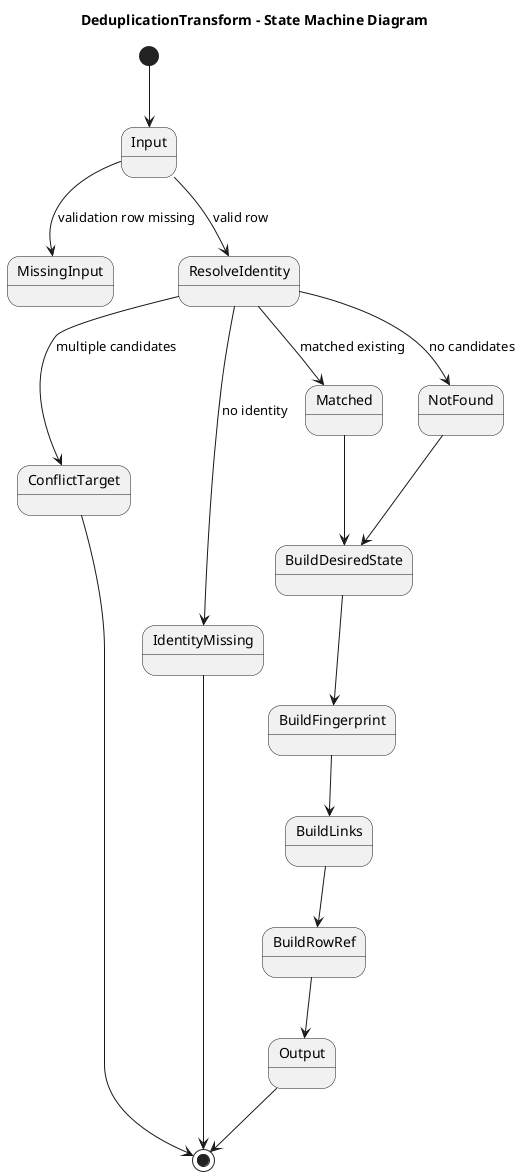
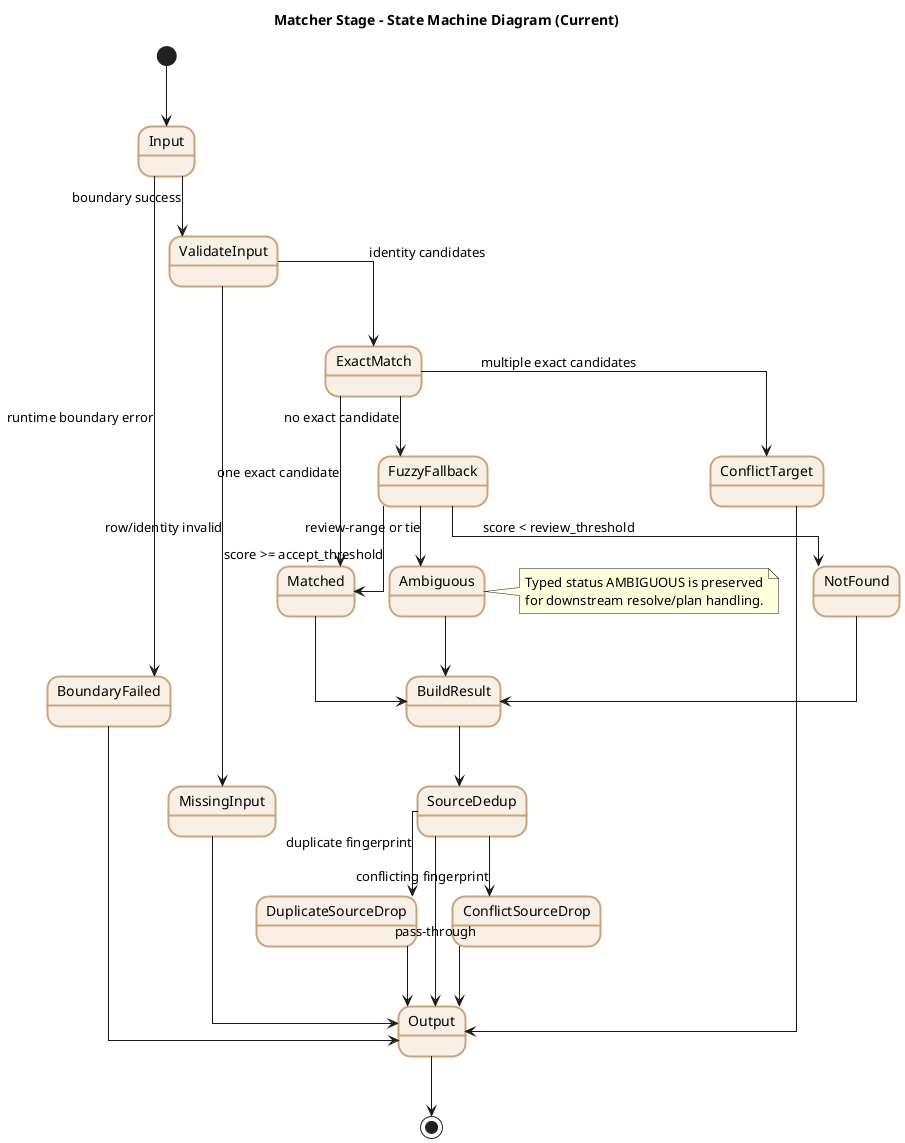
@startuml
- title DeduplicationTransform - State Machine Diagram
+ title Matcher Stage - State Machine Diagram (Current)
+ skinparam backgroundColor white
+ skinparam linetype ortho
+ skinparam defaultFontName Arial
+ skinparam stateBorderThickness 2
+ skinparam state {
+   BackgroundColor #f8f0e6
+   BorderColor #c9a57c
+ }

[*] --> Input
- Input --> MissingInput : validation row missing
- Input --> ResolveIdentity : valid row

- ResolveIdentity --> ConflictTarget : multiple candidates
- ResolveIdentity --> IdentityMissing : no identity
- ResolveIdentity --> Matched : matched existing
- ResolveIdentity --> NotFound : no candidates
+ Input --> BoundaryFailed : runtime boundary error
+ Input --> ValidateInput : boundary success

- NotFound --> BuildDesiredState
- Matched --> BuildDesiredState
+ ValidateInput --> MissingInput : row/identity invalid
+ ValidateInput --> ExactMatch : identity candidates

- BuildDesiredState --> BuildFingerprint
- BuildFingerprint --> BuildLinks
- BuildLinks --> BuildRowRef
- BuildRowRef --> Output
+ ExactMatch --> Matched : one exact candidate
+ ExactMatch --> FuzzyFallback : no exact candidate
+ ExactMatch --> ConflictTarget : multiple exact candidates

- ConflictTarget --> [*]
- IdentityMissing --> [*]
+ FuzzyFallback --> Matched : score >= accept_threshold
+ FuzzyFallback --> Ambiguous : review-range or tie
+ FuzzyFallback --> NotFound : score < review_threshold
+ 
+ Matched --> BuildResult
+ Ambiguous --> BuildResult
+ NotFound --> BuildResult
+ 
+ BuildResult --> SourceDedup
+ SourceDedup --> DuplicateSourceDrop : duplicate fingerprint
+ SourceDedup --> ConflictSourceDrop : conflicting fingerprint
+ SourceDedup --> Output : pass-through
+ 
+ DuplicateSourceDrop --> Output
+ ConflictSourceDrop --> Output
+ MissingInput --> Output
+ ConflictTarget --> Output
+ BoundaryFailed --> Output
Output --> [*]

+ note right of Ambiguous
+ Typed status AMBIGUOUS is preserved
+ for downstream resolve/plan handling.
+ end note
+ 
@enduml
